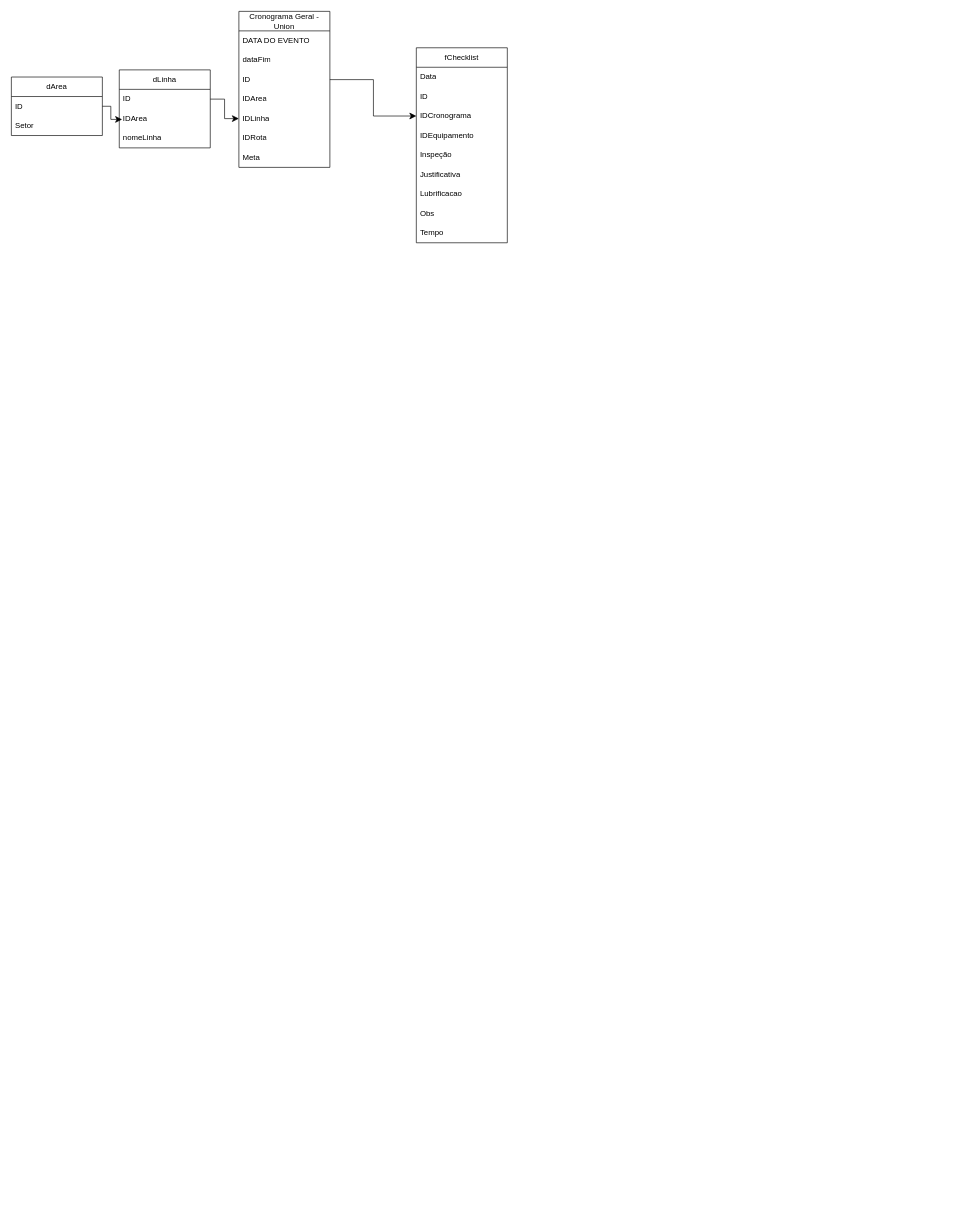
The draw.io diagram page "Tempo de atividade" (2 of 2) of FRPLIL.drawio in mota-samuel/dbSetRelasionships, before the edit. Source tidied: cells renumbered, new cells numbered last; positions are measured from the earlier drawing's top-left corner, leaving out a move shared by most shapes. Both pictures are drawn from the tidied source at 65%, with x=0, y=0 at pixel (11, 11).
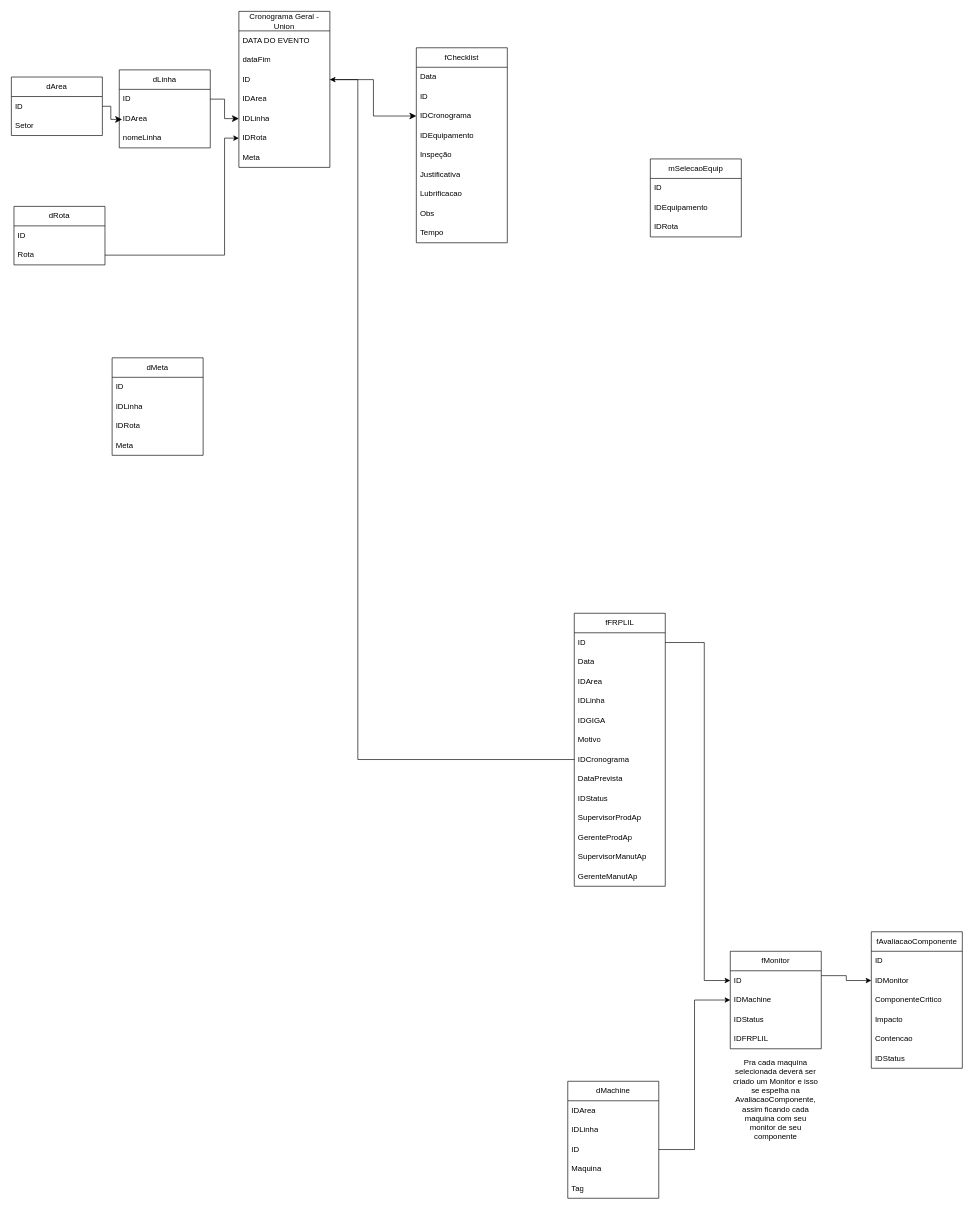
The same page after the edit.

The change refers to these unchanged cells:
```xml
<mxCell id="12" value="ID" style="text;strokeColor=none;fillColor=none;align=left;verticalAlign=middle;spacingLeft=4;spacingRight=4;overflow=hidden;points=[[0,0.5],[1,0.5]];portConstraint=eastwest;whiteSpace=wrap;html=1;" parent="9" vertex="1">
  <mxGeometry y="90" width="140" height="30" as="geometry" />
</mxCell>
<mxCell id="15" value="IDRota" style="text;strokeColor=none;fillColor=none;align=left;verticalAlign=middle;spacingLeft=4;spacingRight=4;overflow=hidden;points=[[0,0.5],[1,0.5]];portConstraint=eastwest;whiteSpace=wrap;html=1;" parent="9" vertex="1">
  <mxGeometry y="180" width="140" height="30" as="geometry" />
</mxCell>
```

The edit, as a diff of the source:
```diff
@@
+    <mxCell id="30" value="dRota" style="swimlane;fontStyle=0;horizontal=1;startSize=30;whiteSpace=wrap;html=1;" parent="1" vertex="1">
+      <mxGeometry x="4" y="300" width="140" height="90" as="geometry" />
+    </mxCell>
+    <mxCell id="31" value="ID" style="text;strokeColor=none;fillColor=none;align=left;verticalAlign=middle;spacingLeft=4;spacingRight=4;overflow=hidden;whiteSpace=wrap;html=1;" parent="30" vertex="1">
+      <mxGeometry y="30" width="140" height="30" as="geometry" />
+    </mxCell>
+    <mxCell id="32" value="Rota" style="text;strokeColor=none;fillColor=none;align=left;verticalAlign=middle;spacingLeft=4;spacingRight=4;overflow=hidden;points=[[0,0.5],[1,0.5]];portConstraint=eastwest;whiteSpace=wrap;html=1;" parent="30" vertex="1">
+      <mxGeometry y="60" width="140" height="30" as="geometry" />
+    </mxCell>
+    <mxCell id="33" style="edgeStyle=orthogonalEdgeStyle;rounded=0;jettySize=auto;html=1;exitX=1;exitY=0.5;exitDx=0;exitDy=0;entryX=0;entryY=0.5;entryDx=0;entryDy=0;defaultLabelBackgroundColor=gap;libavoidRouting=1;" parent="1" edge="1" source="32" target="15">
+      <mxGeometry relative="1" as="geometry">
+        <Array as="points">
+          <mxPoint x="328" y="375" />
+          <mxPoint x="328" y="195" />
+        </Array>
+      </mxGeometry>
+    </mxCell>
+    <mxCell id="34" value="dMeta" style="swimlane;fontStyle=0;horizontal=1;startSize=30;whiteSpace=wrap;html=1;" parent="1" vertex="1">
+      <mxGeometry x="155" y="533" width="140" height="150" as="geometry" />
+    </mxCell>
+    <mxCell id="35" value="ID" style="text;strokeColor=none;fillColor=none;align=left;verticalAlign=middle;spacingLeft=4;spacingRight=4;overflow=hidden;whiteSpace=wrap;html=1;" parent="34" vertex="1">
+      <mxGeometry y="30" width="140" height="30" as="geometry" />
+    </mxCell>
+    <mxCell id="36" value="IDLinha" style="text;strokeColor=none;fillColor=none;align=left;verticalAlign=middle;spacingLeft=4;spacingRight=4;overflow=hidden;whiteSpace=wrap;html=1;" parent="34" vertex="1">
+      <mxGeometry y="60" width="140" height="30" as="geometry" />
+    </mxCell>
+    <mxCell id="37" value="IDRota" style="text;strokeColor=none;fillColor=none;align=left;verticalAlign=middle;spacingLeft=4;spacingRight=4;overflow=hidden;whiteSpace=wrap;html=1;" parent="34" vertex="1">
+      <mxGeometry y="90" width="140" height="30" as="geometry" />
+    </mxCell>
+    <mxCell id="38" value="Meta" style="text;strokeColor=none;fillColor=none;align=left;verticalAlign=middle;spacingLeft=4;spacingRight=4;overflow=hidden;whiteSpace=wrap;html=1;" parent="34" vertex="1">
+      <mxGeometry y="120" width="140" height="30" as="geometry" />
+    </mxCell>
+    <mxCell id="39" value="dMachine" style="swimlane;fontStyle=0;horizontal=1;startSize=30;whiteSpace=wrap;html=1;rounded=0;" parent="1" vertex="1">
+      <mxGeometry x="856" y="1646" width="140" height="180" as="geometry" />
+    </mxCell>
+    <mxCell id="40" value="IDArea" style="text;strokeColor=none;fillColor=none;align=left;verticalAlign=middle;spacingLeft=4;spacingRight=4;overflow=hidden;whiteSpace=wrap;html=1;rounded=0;" parent="39" vertex="1">
+      <mxGeometry y="30" width="140" height="30" as="geometry" />
+    </mxCell>
+    <mxCell id="41" value="IDLinha" style="text;strokeColor=none;fillColor=none;align=left;verticalAlign=middle;spacingLeft=4;spacingRight=4;overflow=hidden;whiteSpace=wrap;html=1;rounded=0;" parent="39" vertex="1">
+      <mxGeometry y="60" width="140" height="30" as="geometry" />
+    </mxCell>
+    <mxCell id="42" value="ID" style="text;strokeColor=none;fillColor=none;align=left;verticalAlign=middle;spacingLeft=4;spacingRight=4;overflow=hidden;points=[[0,0.5],[1,0.5]];portConstraint=eastwest;whiteSpace=wrap;html=1;rounded=0;" parent="39" vertex="1">
+      <mxGeometry y="90" width="140" height="30" as="geometry" />
+    </mxCell>
+    <mxCell id="43" value="Maquina" style="text;strokeColor=none;fillColor=none;align=left;verticalAlign=middle;spacingLeft=4;spacingRight=4;overflow=hidden;whiteSpace=wrap;html=1;rounded=0;" parent="39" vertex="1">
+      <mxGeometry y="120" width="140" height="30" as="geometry" />
+    </mxCell>
+    <mxCell id="44" value="Tag" style="text;strokeColor=none;fillColor=none;align=left;verticalAlign=middle;spacingLeft=4;spacingRight=4;overflow=hidden;whiteSpace=wrap;html=1;rounded=0;" parent="39" vertex="1">
+      <mxGeometry y="150" width="140" height="30" as="geometry" />
+    </mxCell>
+    <mxCell id="45" style="edgeStyle=orthogonalEdgeStyle;rounded=0;jettySize=auto;html=1;exitX=1;exitY=0.5;exitDx=0;exitDy=0;" parent="1" edge="1" source="47" target="62">
+      <mxGeometry relative="1" as="geometry">
+        <Array as="points">
+          <mxPoint x="1066" y="971" />
+          <mxPoint x="1066" y="1491" />
+        </Array>
+      </mxGeometry>
+    </mxCell>
+    <mxCell id="46" value="fFRPLIL" style="swimlane;fontStyle=0;horizontal=1;startSize=30;whiteSpace=wrap;html=1;rounded=0;" parent="1" vertex="1">
+      <mxGeometry x="866" y="926" width="140" height="420" as="geometry" />
+    </mxCell>
+    <mxCell id="47" value="ID" style="text;strokeColor=none;fillColor=none;align=left;verticalAlign=middle;spacingLeft=4;spacingRight=4;overflow=hidden;points=[[0,0.5],[1,0.5]];portConstraint=eastwest;whiteSpace=wrap;html=1;rounded=0;" parent="46" vertex="1">
+      <mxGeometry y="30" width="140" height="30" as="geometry" />
+    </mxCell>
+    <mxCell id="48" value="Data" style="text;strokeColor=none;fillColor=none;align=left;verticalAlign=middle;spacingLeft=4;spacingRight=4;overflow=hidden;whiteSpace=wrap;html=1;rounded=0;" parent="46" vertex="1">
+      <mxGeometry y="60" width="140" height="30" as="geometry" />
+    </mxCell>
+    <mxCell id="49" value="IDArea" style="text;strokeColor=none;fillColor=none;align=left;verticalAlign=middle;spacingLeft=4;spacingRight=4;overflow=hidden;whiteSpace=wrap;html=1;rounded=0;" parent="46" vertex="1">
+      <mxGeometry y="90" width="140" height="30" as="geometry" />
+    </mxCell>
+    <mxCell id="50" value="IDLinha" style="text;strokeColor=none;fillColor=none;align=left;verticalAlign=middle;spacingLeft=4;spacingRight=4;overflow=hidden;whiteSpace=wrap;html=1;rounded=0;" parent="46" vertex="1">
+      <mxGeometry y="120" width="140" height="30" as="geometry" />
+    </mxCell>
+    <mxCell id="51" value="IDGIGA" style="text;strokeColor=none;fillColor=none;align=left;verticalAlign=middle;spacingLeft=4;spacingRight=4;overflow=hidden;whiteSpace=wrap;html=1;rounded=0;" parent="46" vertex="1">
+      <mxGeometry y="150" width="140" height="30" as="geometry" />
+    </mxCell>
+    <mxCell id="52" value="Motivo" style="text;strokeColor=none;fillColor=none;align=left;verticalAlign=middle;spacingLeft=4;spacingRight=4;overflow=hidden;whiteSpace=wrap;html=1;rounded=0;" parent="46" vertex="1">
+      <mxGeometry y="180" width="140" height="30" as="geometry" />
+    </mxCell>
+    <mxCell id="53" value="IDCronograma" style="text;strokeColor=none;fillColor=none;align=left;verticalAlign=middle;spacingLeft=4;spacingRight=4;overflow=hidden;points=[[0,0.5],[1,0.5]];portConstraint=eastwest;whiteSpace=wrap;html=1;rounded=0;" parent="46" vertex="1">
+      <mxGeometry y="210" width="140" height="30" as="geometry" />
+    </mxCell>
+    <mxCell id="54" value="DataPrevista" style="text;strokeColor=none;fillColor=none;align=left;verticalAlign=middle;spacingLeft=4;spacingRight=4;overflow=hidden;whiteSpace=wrap;html=1;rounded=0;" parent="46" vertex="1">
+      <mxGeometry y="240" width="140" height="30" as="geometry" />
+    </mxCell>
+    <mxCell id="55" value="IDStatus" style="text;strokeColor=none;fillColor=none;align=left;verticalAlign=middle;spacingLeft=4;spacingRight=4;overflow=hidden;whiteSpace=wrap;html=1;rounded=0;" parent="46" vertex="1">
+      <mxGeometry y="270" width="140" height="30" as="geometry" />
+    </mxCell>
+    <mxCell id="56" value="SupervisorProdAp" style="text;strokeColor=none;fillColor=none;align=left;verticalAlign=middle;spacingLeft=4;spacingRight=4;overflow=hidden;whiteSpace=wrap;html=1;rounded=0;" parent="46" vertex="1">
+      <mxGeometry y="300" width="140" height="30" as="geometry" />
+    </mxCell>
+    <mxCell id="57" value="GerenteProdAp" style="text;strokeColor=none;fillColor=none;align=left;verticalAlign=middle;spacingLeft=4;spacingRight=4;overflow=hidden;whiteSpace=wrap;html=1;rounded=0;" parent="46" vertex="1">
+      <mxGeometry y="330" width="140" height="30" as="geometry" />
+    </mxCell>
+    <mxCell id="58" value="SupervisorManutAp" style="text;strokeColor=none;fillColor=none;align=left;verticalAlign=middle;spacingLeft=4;spacingRight=4;overflow=hidden;whiteSpace=wrap;html=1;rounded=0;" parent="46" vertex="1">
+      <mxGeometry y="360" width="140" height="30" as="geometry" />
+    </mxCell>
+    <mxCell id="59" value="GerenteManutAp" style="text;strokeColor=none;fillColor=none;align=left;verticalAlign=middle;spacingLeft=4;spacingRight=4;overflow=hidden;whiteSpace=wrap;html=1;rounded=0;" parent="46" vertex="1">
+      <mxGeometry y="390" width="140" height="30" as="geometry" />
+    </mxCell>
+    <mxCell id="60" style="edgeStyle=orthogonalEdgeStyle;rounded=0;jettySize=auto;html=1;exitX=1;exitY=0.25;exitDx=0;exitDy=0;entryX=0;entryY=0.5;entryDx=0;entryDy=0;" parent="1" edge="1" source="61" target="68">
+      <mxGeometry relative="1" as="geometry" />
+    </mxCell>
+    <mxCell id="61" value="fMonitor" style="swimlane;fontStyle=0;horizontal=1;startSize=30;whiteSpace=wrap;html=1;rounded=0;" parent="1" vertex="1">
+      <mxGeometry x="1106" y="1446" width="140" height="150" as="geometry" />
+    </mxCell>
+    <mxCell id="62" value="ID" style="text;strokeColor=none;fillColor=none;align=left;verticalAlign=middle;spacingLeft=4;spacingRight=4;overflow=hidden;points=[[0,0.5],[1,0.5]];portConstraint=eastwest;whiteSpace=wrap;html=1;rounded=0;" parent="61" vertex="1">
+      <mxGeometry y="30" width="140" height="30" as="geometry" />
+    </mxCell>
+    <mxCell id="63" value="IDMachine" style="text;strokeColor=none;fillColor=none;align=left;verticalAlign=middle;spacingLeft=4;spacingRight=4;overflow=hidden;points=[[0,0.5],[1,0.5]];portConstraint=eastwest;whiteSpace=wrap;html=1;rounded=0;" parent="61" vertex="1">
+      <mxGeometry y="60" width="140" height="30" as="geometry" />
+    </mxCell>
+    <mxCell id="64" value="IDStatus" style="text;strokeColor=none;fillColor=none;align=left;verticalAlign=middle;spacingLeft=4;spacingRight=4;overflow=hidden;whiteSpace=wrap;html=1;rounded=0;" parent="61" vertex="1">
+      <mxGeometry y="90" width="140" height="30" as="geometry" />
+    </mxCell>
+    <mxCell id="65" value="IDFRPLIL" style="text;strokeColor=none;fillColor=none;align=left;verticalAlign=middle;spacingLeft=4;spacingRight=4;overflow=hidden;whiteSpace=wrap;html=1;rounded=0;" parent="61" vertex="1">
+      <mxGeometry y="120" width="140" height="30" as="geometry" />
+    </mxCell>
+    <mxCell id="66" value="fAvaliacaoComponente" style="swimlane;fontStyle=0;horizontal=1;startSize=30;whiteSpace=wrap;html=1;rounded=0;" parent="1" vertex="1">
+      <mxGeometry x="1323" y="1416" width="140" height="210" as="geometry" />
+    </mxCell>
+    <mxCell id="67" value="ID" style="text;strokeColor=none;fillColor=none;align=left;verticalAlign=middle;spacingLeft=4;spacingRight=4;overflow=hidden;whiteSpace=wrap;html=1;rounded=0;" parent="66" vertex="1">
+      <mxGeometry y="30" width="140" height="30" as="geometry" />
+    </mxCell>
+    <mxCell id="68" value="IDMonitor" style="text;strokeColor=none;fillColor=none;align=left;verticalAlign=middle;spacingLeft=4;spacingRight=4;overflow=hidden;points=[[0,0.5],[1,0.5]];portConstraint=eastwest;whiteSpace=wrap;html=1;rounded=0;" parent="66" vertex="1">
+      <mxGeometry y="60" width="140" height="30" as="geometry" />
+    </mxCell>
+    <mxCell id="69" value="ComponenteCritico" style="text;strokeColor=none;fillColor=none;align=left;verticalAlign=middle;spacingLeft=4;spacingRight=4;overflow=hidden;whiteSpace=wrap;html=1;rounded=0;" parent="66" vertex="1">
+      <mxGeometry y="90" width="140" height="30" as="geometry" />
+    </mxCell>
+    <mxCell id="70" value="Impacto" style="text;strokeColor=none;fillColor=none;align=left;verticalAlign=middle;spacingLeft=4;spacingRight=4;overflow=hidden;whiteSpace=wrap;html=1;rounded=0;" parent="66" vertex="1">
+      <mxGeometry y="120" width="140" height="30" as="geometry" />
+    </mxCell>
+    <mxCell id="71" value="Contencao" style="text;strokeColor=none;fillColor=none;align=left;verticalAlign=middle;spacingLeft=4;spacingRight=4;overflow=hidden;whiteSpace=wrap;html=1;rounded=0;" parent="66" vertex="1">
+      <mxGeometry y="150" width="140" height="30" as="geometry" />
+    </mxCell>
+    <mxCell id="72" value="IDStatus" style="text;strokeColor=none;fillColor=none;align=left;verticalAlign=middle;spacingLeft=4;spacingRight=4;overflow=hidden;whiteSpace=wrap;html=1;rounded=0;" parent="66" vertex="1">
+      <mxGeometry y="180" width="140" height="30" as="geometry" />
+    </mxCell>
+    <mxCell id="73" style="edgeStyle=orthogonalEdgeStyle;rounded=0;jettySize=auto;html=1;exitX=1;exitY=0.5;exitDx=0;exitDy=0;" parent="1" edge="1" source="42" target="63">
+      <mxGeometry relative="1" as="geometry" />
+    </mxCell>
+    <mxCell id="74" value="Pra cada maquina selecionada deverá ser criado um Monitor e isso se espelha na AvaliacaoComponente, assim ficando cada maquina com seu monitor de seu componente" style="text;html=1;whiteSpace=wrap;strokeColor=none;fillColor=none;align=center;verticalAlign=middle;rounded=0;" parent="1" vertex="1">
+      <mxGeometry x="1106" y="1606" width="140" height="135" as="geometry" />
+    </mxCell>
+    <mxCell id="75" style="edgeStyle=orthogonalEdgeStyle;rounded=0;jettySize=auto;html=1;exitX=0;exitY=0.5;exitDx=0;exitDy=0;entryX=1;entryY=0.5;entryDx=0;entryDy=0;defaultLabelBackgroundColor=gap;libavoidRouting=1;" parent="1" edge="1" source="53" target="12">
+      <mxGeometry relative="1" as="geometry">
+        <Array as="points">
+          <mxPoint x="533" y="1151" />
+          <mxPoint x="533" y="105" />
+        </Array>
+      </mxGeometry>
+    </mxCell>
+    <mxCell id="76" value="mSelecaoEquip" style="swimlane;fontStyle=0;horizontal=1;startSize=30;whiteSpace=wrap;html=1;" parent="1" vertex="1">
+      <mxGeometry x="983" y="227" width="140" height="120" as="geometry" />
+    </mxCell>
+    <mxCell id="77" value="ID" style="text;strokeColor=none;fillColor=none;align=left;verticalAlign=middle;spacingLeft=4;spacingRight=4;overflow=hidden;whiteSpace=wrap;html=1;" parent="76" vertex="1">
+      <mxGeometry y="30" width="140" height="30" as="geometry" />
+    </mxCell>
+    <mxCell id="78" value="IDEquipamento" style="text;strokeColor=none;fillColor=none;align=left;verticalAlign=middle;spacingLeft=4;spacingRight=4;overflow=hidden;whiteSpace=wrap;html=1;" parent="76" vertex="1">
+      <mxGeometry y="60" width="140" height="30" as="geometry" />
+    </mxCell>
+    <mxCell id="79" value="IDRota" style="text;strokeColor=none;fillColor=none;align=left;verticalAlign=middle;spacingLeft=4;spacingRight=4;overflow=hidden;whiteSpace=wrap;html=1;" parent="76" vertex="1">
+      <mxGeometry y="90" width="140" height="30" as="geometry" />
+    </mxCell>
```
